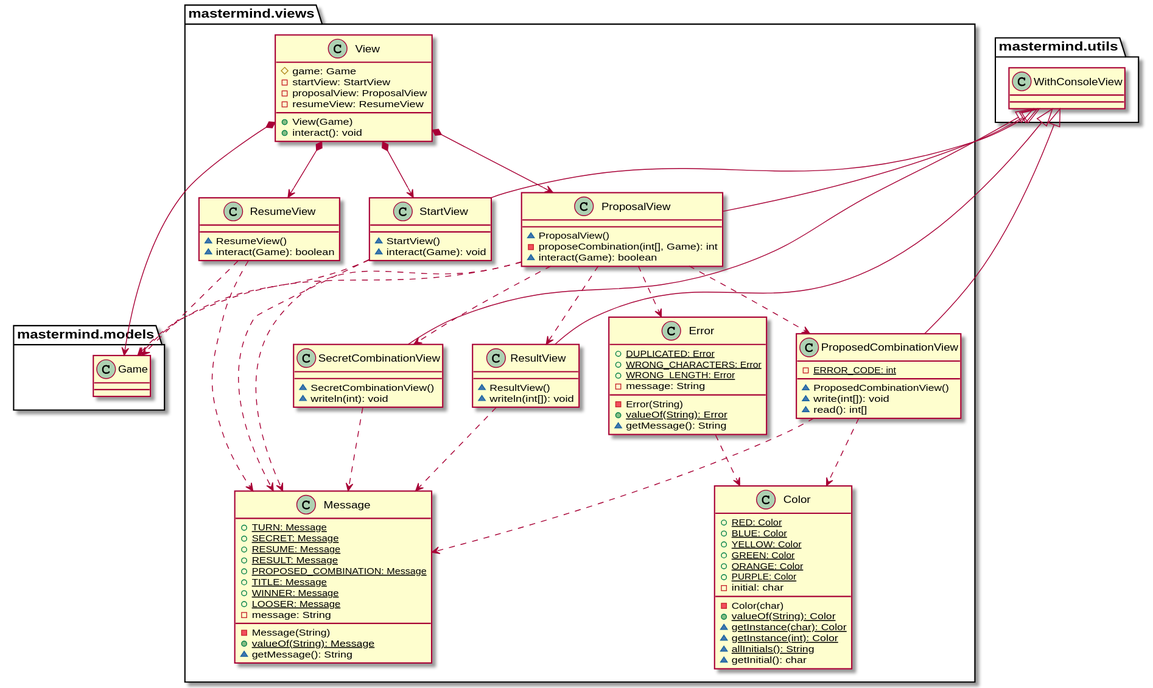
This is documentView/console/docs/diagrams/out/paquetes/mastermind.views.svg from SantaTecla-mastermind/solution.java.swing.socket.sql, a PlantUML export, as it was before one commit. The source it was exported from:
```plantuml
@startuml
class  mastermind.views.Color{
+ {static} RED: Color
+ {static} BLUE: Color
+ {static} YELLOW: Color
+ {static} GREEN: Color
+ {static} ORANGE: Color
+ {static} PURPLE: Color
- initial: char
- Color(char)
+ {static} valueOf(String): Color
~ {static} getInstance(char): Color
~ {static} getInstance(int): Color
~ {static} allInitials(): String
~ getInitial(): char
}

class  mastermind.views.Error{
+ {static} DUPLICATED: Error
+ {static} WRONG_CHARACTERS: Error
+ {static} WRONG_LENGTH: Error
- message: String
- Error(String)
+ {static} valueOf(String): Error
~ getMessage(): String
}
mastermind.views.Error ..> mastermind.views.Color

class  mastermind.views.Message{
+ {static} TURN: Message
+ {static} SECRET: Message
+ {static} RESUME: Message
+ {static} RESULT: Message
+ {static} PROPOSED_COMBINATION: Message
+ {static} TITLE: Message
+ {static} WINNER: Message
+ {static} LOOSER: Message
- message: String
- Message(String)
+ {static} valueOf(String): Message
~ getMessage(): String
}

class  mastermind.views.ProposalView{
~ ProposalView()
- proposeCombination(int[], Game): int
~ interact(Game): boolean
}
mastermind.utils.WithConsoleView <|-down- mastermind.views.ProposalView
mastermind.views.ProposalView ..> mastermind.models.Game
mastermind.views.ProposalView ..> mastermind.views.Message
mastermind.views.ProposalView ..> mastermind.views.Error
mastermind.views.ProposalView ..> mastermind.views.SecretCombinationView
mastermind.views.ProposalView ..> mastermind.views.ProposedCombinationView
mastermind.views.ProposalView ..> mastermind.views.ResultView

class  mastermind.views.ProposedCombinationView{
- {static} ERROR_CODE: int
~ ProposedCombinationView()
~ write(int[]): void
~ read(): int[]
}
mastermind.utils.WithConsoleView <|-down- mastermind.views.ProposedCombinationView
mastermind.views.ProposedCombinationView..> mastermind.views.Message
mastermind.views.ProposedCombinationView..> mastermind.views.Color


class  mastermind.views.ResultView{
~ ResultView()
~ writeln(int[]): void
}
mastermind.utils.WithConsoleView <|-down- mastermind.views.ResultView
mastermind.views.ResultView..> mastermind.views.Message

class  mastermind.views.ResumeView{
~ ResumeView()
~ interact(Game): boolean
}
mastermind.views.ResumeView ..> mastermind.models.Game
mastermind.views.ResumeView..> mastermind.views.Message

class  mastermind.views.SecretCombinationView{
~ SecretCombinationView()
~ writeln(int): void
}
mastermind.utils.WithConsoleView <|-down- mastermind.views.SecretCombinationView
mastermind.views.SecretCombinationView..> mastermind.views.Message

class  mastermind.views.StartView{
~ StartView()
~ interact(Game): void
}
mastermind.utils.WithConsoleView <|-down- mastermind.views.StartView
mastermind.views.StartView ..> mastermind.models.Game
mastermind.views.StartView..> mastermind.views.Message

class  mastermind.views.View{
# game: Game
- startView: StartView
- proposalView: ProposalView
- resumeView: ResumeView
+ View(Game)
+ interact(): void
}
mastermind.views.View *-down-> mastermind.views.ProposalView
mastermind.views.View *-down-> mastermind.views.StartView
mastermind.views.View *-down-> mastermind.models.Game
mastermind.views.View *-down-> mastermind.views.ResumeView
@enduml
```
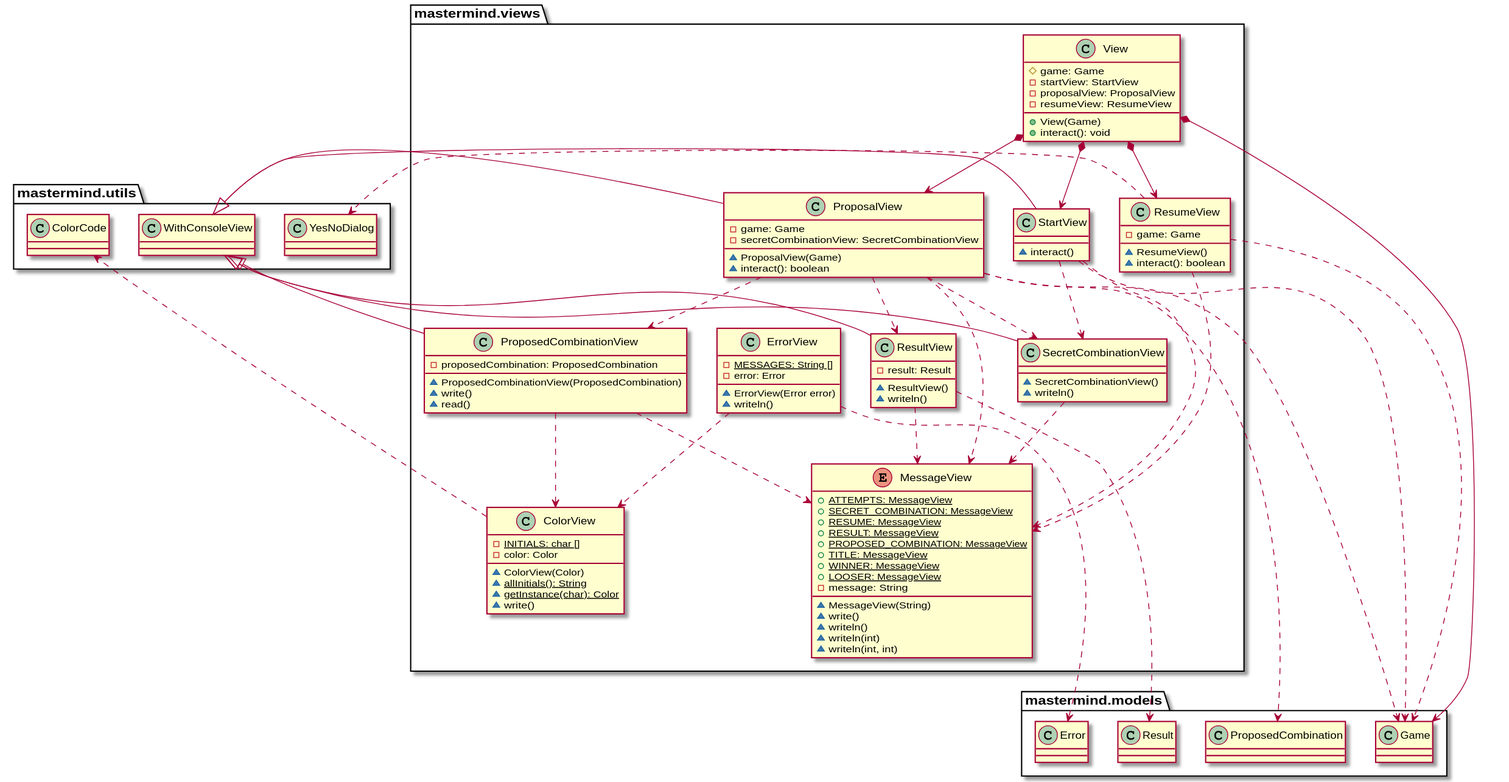
Later version of the same file.

Commit message:
Modificacion de diagramas y clase ColorCode

Diff of the diagram source:
```diff
@@ -1,98 +1,97 @@
 @startuml
-class  mastermind.views.Color{
-+ {static} RED: Color
-+ {static} BLUE: Color
-+ {static} YELLOW: Color
-+ {static} GREEN: Color
-+ {static} ORANGE: Color
-+ {static} PURPLE: Color
-- initial: char
-- Color(char)
-+ {static} valueOf(String): Color
+class  mastermind.views.ColorView{
+- {static} INITIALS: char []
+- color: Color
+~ ColorView(Color)
+~ {static} allInitials(): String
 ~ {static} getInstance(char): Color
-~ {static} getInstance(int): Color
-~ {static} allInitials(): String
-~ getInitial(): char
+~ write()
 }
+mastermind.utils.ColorCode <..down- mastermind.views.ColorView
 
-class  mastermind.views.Error{
-+ {static} DUPLICATED: Error
-+ {static} WRONG_CHARACTERS: Error
-+ {static} WRONG_LENGTH: Error
+class  mastermind.views.ErrorView{
+- {static} MESSAGES: String []
+- error: Error
+~ ErrorView(Error error)
+~ writeln()
+}
+mastermind.models.Error <..down- mastermind.views.ErrorView
+mastermind.views.ErrorView ..> mastermind.views.ColorView
+
+enum  mastermind.views.MessageView{
++ {static} ATTEMPTS: MessageView
++ {static} SECRET_COMBINATION: MessageView
++ {static} RESUME: MessageView
++ {static} RESULT: MessageView
++ {static} PROPOSED_COMBINATION: MessageView
++ {static} TITLE: MessageView
++ {static} WINNER: MessageView
++ {static} LOOSER: MessageView
 - message: String
-- Error(String)
-+ {static} valueOf(String): Error
-~ getMessage(): String
-}
-mastermind.views.Error ..> mastermind.views.Color
-
-class  mastermind.views.Message{
-+ {static} TURN: Message
-+ {static} SECRET: Message
-+ {static} RESUME: Message
-+ {static} RESULT: Message
-+ {static} PROPOSED_COMBINATION: Message
-+ {static} TITLE: Message
-+ {static} WINNER: Message
-+ {static} LOOSER: Message
-- message: String
-- Message(String)
-+ {static} valueOf(String): Message
-~ getMessage(): String
+~ MessageView(String)
+~ write()
+~ writeln()
+~ writeln(int)
+~ writeln(int, int)
 }
 
 class  mastermind.views.ProposalView{
-~ ProposalView()
-- proposeCombination(int[], Game): int
-~ interact(Game): boolean
+- game: Game
+- secretCombinationView: SecretCombinationView
+~ ProposalView(Game)
+~ interact(): boolean
 }
+mastermind.models.ProposedCombination <..down- mastermind.views.ProposalView
 mastermind.utils.WithConsoleView <|-down- mastermind.views.ProposalView
 mastermind.views.ProposalView ..> mastermind.models.Game
-mastermind.views.ProposalView ..> mastermind.views.Message
-mastermind.views.ProposalView ..> mastermind.views.Error
+mastermind.views.ProposalView ..> mastermind.views.MessageView
 mastermind.views.ProposalView ..> mastermind.views.SecretCombinationView
 mastermind.views.ProposalView ..> mastermind.views.ProposedCombinationView
 mastermind.views.ProposalView ..> mastermind.views.ResultView
 
 class  mastermind.views.ProposedCombinationView{
-- {static} ERROR_CODE: int
-~ ProposedCombinationView()
-~ write(int[]): void
-~ read(): int[]
+- proposedCombination: ProposedCombination
+~ ProposedCombinationView(ProposedCombination)
+~ write()
+~ read()
 }
 mastermind.utils.WithConsoleView <|-down- mastermind.views.ProposedCombinationView
-mastermind.views.ProposedCombinationView..> mastermind.views.Message
-mastermind.views.ProposedCombinationView..> mastermind.views.Color
+mastermind.views.ProposedCombinationView..> mastermind.views.MessageView
+mastermind.views.ProposedCombinationView..> mastermind.views.ColorView
 
 
 class  mastermind.views.ResultView{
+- result: Result
 ~ ResultView()
-~ writeln(int[]): void
+~ writeln()
 }
 mastermind.utils.WithConsoleView <|-down- mastermind.views.ResultView
-mastermind.views.ResultView..> mastermind.views.Message
+mastermind.models.Result <..down- mastermind.views.ResultView
+mastermind.views.ResultView..> mastermind.views.MessageView
 
 class  mastermind.views.ResumeView{
+- game: Game
 ~ ResumeView()
-~ interact(Game): boolean
+~ interact(): boolean
 }
 mastermind.views.ResumeView ..> mastermind.models.Game
-mastermind.views.ResumeView..> mastermind.views.Message
+mastermind.utils.YesNoDialog <..down- mastermind.views.ResumeView
+mastermind.views.ResumeView..> mastermind.views.MessageView
 
 class  mastermind.views.SecretCombinationView{
 ~ SecretCombinationView()
-~ writeln(int): void
+~ writeln()
 }
 mastermind.utils.WithConsoleView <|-down- mastermind.views.SecretCombinationView
-mastermind.views.SecretCombinationView..> mastermind.views.Message
+mastermind.views.SecretCombinationView..> mastermind.views.MessageView
 
 class  mastermind.views.StartView{
-~ StartView()
-~ interact(Game): void
+~ interact()
 }
 mastermind.utils.WithConsoleView <|-down- mastermind.views.StartView
 mastermind.views.StartView ..> mastermind.models.Game
-mastermind.views.StartView..> mastermind.views.Message
+mastermind.views.StartView..> mastermind.views.MessageView
+mastermind.views.StartView..> mastermind.views.SecretCombinationView
 
 class  mastermind.views.View{
 # game: Game
```
